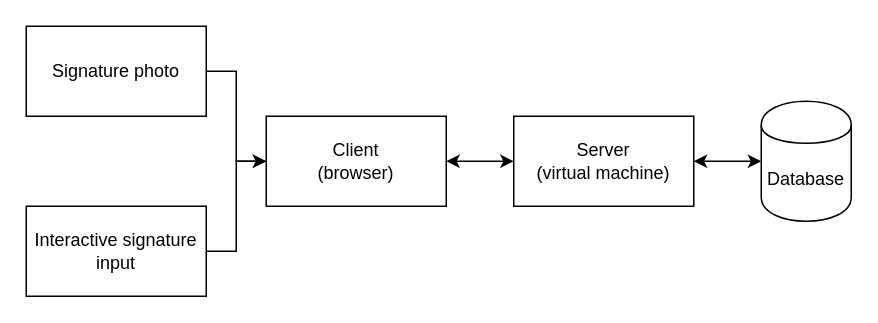
This is system_structure_diploma.drawio from Pavlo-Olshansky/Python, a draw.io file, before an edit. Source tidied: cells renumbered, new cells numbered last; positions are measured from the earlier drawing's top-left corner, leaving out a move shared by most shapes. Both pictures are drawn from the tidied source at 150%, with x=0, y=0 at pixel (26, 26).
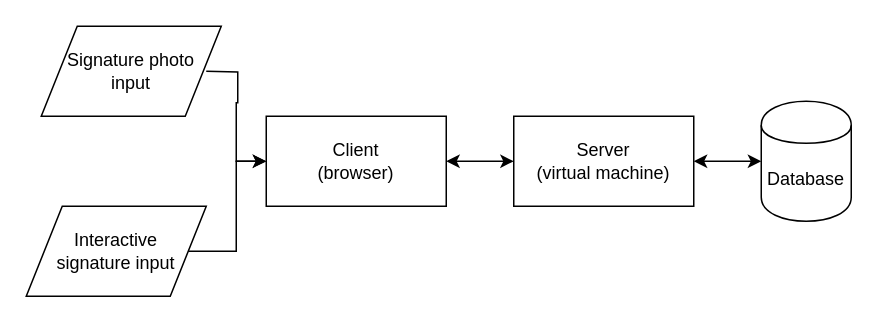
After the change.

Diff of the diagram source:
```diff
@@
 <mxGraphModel>
   <root>
     <mxCell id="0" />
     <mxCell id="1" parent="0" />
     <mxCell id="2" value="Database" style="shape=cylinder;whiteSpace=wrap;html=1;boundedLbl=1;backgroundOutline=1;" parent="1" vertex="1">
       <mxGeometry x="490" y="50" width="60" height="80" as="geometry" />
     </mxCell>
     <mxCell id="3" value="Server&lt;br&gt;(virtual machine)" style="rounded=0;whiteSpace=wrap;html=1;" parent="1" vertex="1">
       <mxGeometry x="325" y="60" width="120" height="60" as="geometry" />
     </mxCell>
     <mxCell id="4" value="Client&lt;br&gt;(browser)" style="rounded=0;whiteSpace=wrap;html=1;" parent="1" vertex="1">
       <mxGeometry x="160" y="60" width="120" height="60" as="geometry" />
     </mxCell>
-    <mxCell id="5" style="edgeStyle=orthogonalEdgeStyle;rounded=0;jettySize=auto;html=1;entryX=0;entryY=0.5;entryDx=0;entryDy=0;" parent="1" edge="1" source="6" target="4">
+    <mxCell id="5" style="edgeStyle=orthogonalEdgeStyle;rounded=0;jettySize=auto;html=1;entryX=0;entryY=0.5;entryDx=0;entryDy=0;exitX=1;exitY=0.5;exitDx=0;exitDy=0;" parent="1" edge="1" source="6" target="4">
       <mxGeometry relative="1" as="geometry" />
     </mxCell>
-    <mxCell id="6" value="Interactive signature input" style="rounded=0;whiteSpace=wrap;html=1;" parent="1" vertex="1">
-      <mxGeometry y="120" width="120" height="60" as="geometry" />
-    </mxCell>
-    <mxCell id="7" style="edgeStyle=orthogonalEdgeStyle;rounded=0;jettySize=auto;html=1;entryX=0;entryY=0.5;entryDx=0;entryDy=0;" parent="1" edge="1" source="8" target="4">
-      <mxGeometry relative="1" as="geometry" />
+    <mxCell id="7" style="edgeStyle=orthogonalEdgeStyle;rounded=0;jettySize=auto;html=1;entryX=0;entryY=0.5;entryDx=0;entryDy=0;" parent="1" edge="1" target="4">
+      <mxGeometry relative="1" as="geometry">
+        <mxPoint x="120" y="30" as="sourcePoint" />
+      </mxGeometry>
     </mxCell>
-    <mxCell id="8" value="Signature photo" style="rounded=0;whiteSpace=wrap;html=1;" parent="1" vertex="1">
-      <mxGeometry width="120" height="60" as="geometry" />
-    </mxCell>
     <mxCell id="9" style="endArrow=classic;startArrow=classic;html=1;entryX=0;entryY=0.5;entryDx=0;entryDy=0;exitX=1;exitY=0.5;exitDx=0;exitDy=0;" parent="1" edge="1" source="3" target="2">
       <mxGeometry relative="1" as="geometry" />
     </mxCell>
     <mxCell id="10" style="endArrow=classic;startArrow=classic;html=1;exitX=1;exitY=0.5;exitDx=0;exitDy=0;entryX=0;entryY=0.5;entryDx=0;entryDy=0;" parent="1" edge="1" target="3">
       <mxGeometry relative="1" as="geometry">
         <mxPoint x="280" y="90" as="sourcePoint" />
       </mxGeometry>
     </mxCell>
+    <mxCell id="11" value="&lt;span style=&quot;white-space: normal&quot;&gt;Signature photo&lt;br&gt;input&lt;/span&gt;" style="shape=parallelogram;perimeter=parallelogramPerimeter;whiteSpace=wrap;html=1;" parent="1" vertex="1">
+      <mxGeometry x="10" width="120" height="60" as="geometry" />
+    </mxCell>
+    <mxCell id="6" value="Interactive&lt;br&gt;signature input&lt;span style=&quot;white-space: normal&quot;&gt;&lt;br&gt;&lt;/span&gt;" style="shape=parallelogram;perimeter=parallelogramPerimeter;whiteSpace=wrap;html=1;" parent="1" vertex="1">
+      <mxGeometry y="120" width="120" height="60" as="geometry" />
+    </mxCell>
   </root>
 </mxGraphModel>
```
